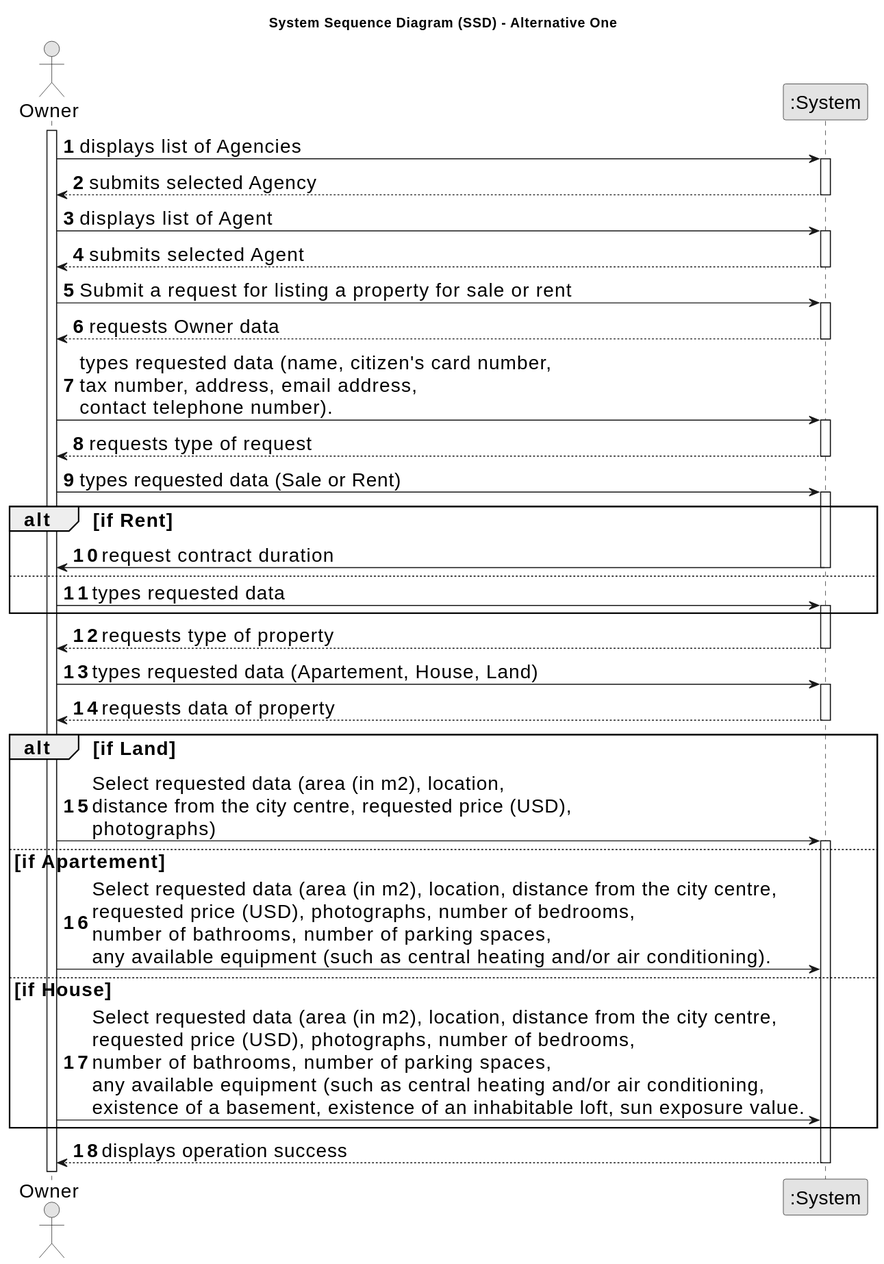
Goncalves2525/real-estate-management-system keeps this PlantUML diagram as docs/sprintB/us004/01.requirements-engineering/svg/us004-system-sequence-diagram-alternative-one.svg. Above is the earlier version.
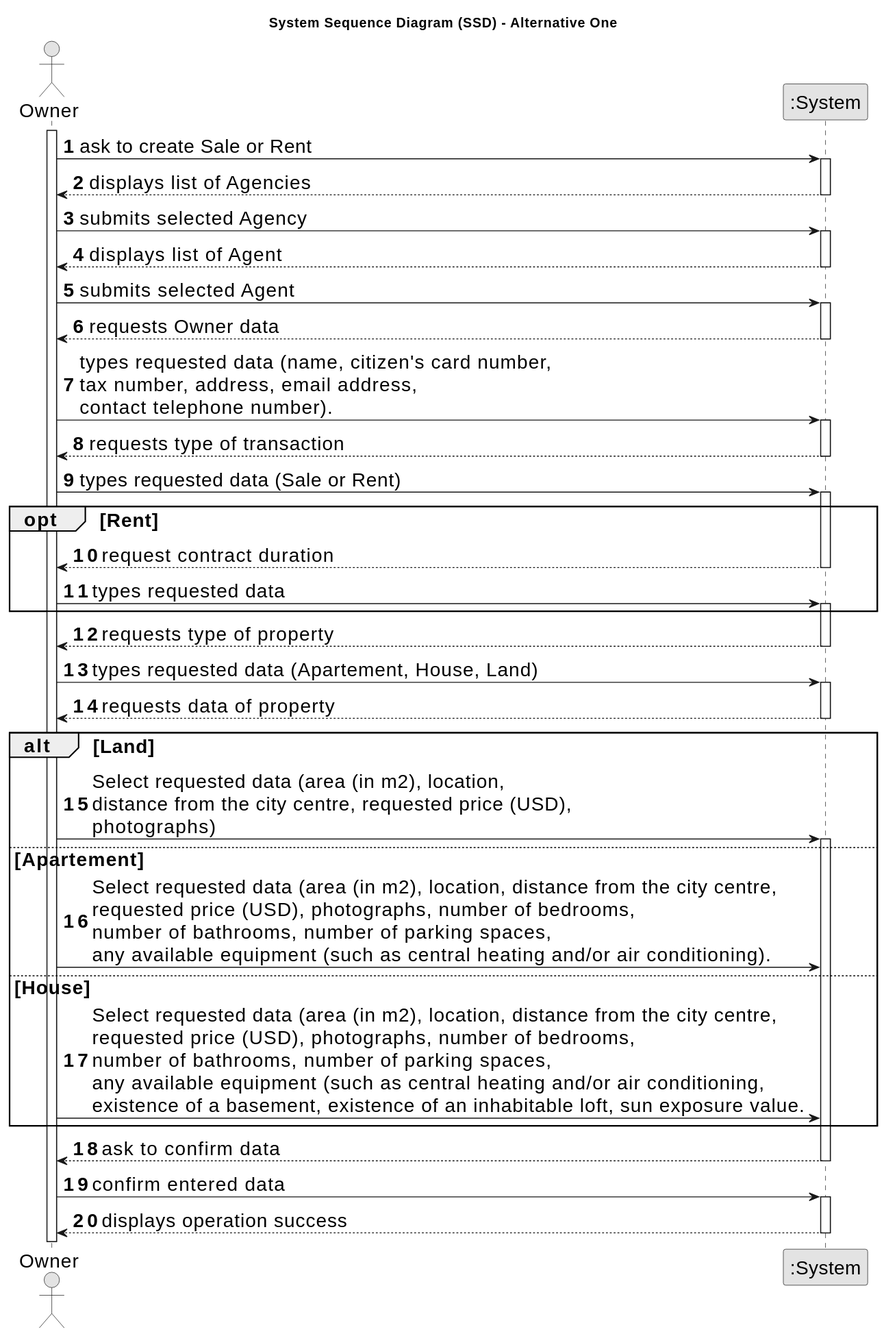
The same file after the commit.

What changed in the source:
```diff
@@ -13,20 +13,20 @@
 
 activate Owner
 
-        Owner -> System : displays list of Agencies
+        Owner -> System : ask to create Sale or Rent
     activate System
 
-        System --> Owner :submits selected Agency
-    deactivate System
+        System --> Owner : displays list of Agencies
+    deactivate  System
 
-        Owner -> System :displays list of Agent
-     activate System
+        Owner -> System :submits selected Agency
+    activate System
 
-        System --> Owner: submits selected Agent
+        System --> Owner :displays list of Agent
      deactivate System
 
-        Owner -> System : Submit a request for listing a property for sale or rent
-    activate System
+        Owner -> System : submits selected Agent
+     activate System
 
         System --> Owner : requests Owner data
     deactivate System
@@ -34,7 +34,7 @@
         Owner -> System : types requested data (name, citizen's card number, \ntax number, address, email address, \ncontact telephone number).
     activate System
 
-        System --> Owner : requests type of request
+        System --> Owner : requests type of transaction
     deactivate System
 
 
@@ -42,11 +42,11 @@
     activate System
 
 
-    alt if Rent
+    opt Rent
 
-        System -> Owner: request contract duration
+        System --> Owner: request contract duration
         deactivate System
-    else
+
         Owner -> System: types requested data
         activate System
     end
@@ -60,15 +60,21 @@
             System --> Owner : requests data of property
     deactivate System
 
-    alt if Land
+    alt  Land
 
         Owner -> System: Select requested data (area (in m2), location, \ndistance from the city centre, requested price (USD), \nphotographs)
     activate System
-    else if Apartement
+    else  Apartement
         Owner -> System: Select requested data (area (in m2), location, distance from the city centre, \nrequested price (USD), photographs, number of bedrooms,\nnumber of bathrooms, number of parking spaces,\nany available equipment (such as central heating and/or air conditioning).
-    else if House
+    else  House
         Owner -> System: Select requested data (area (in m2), location, distance from the city centre, \nrequested price (USD), photographs, number of bedrooms,\nnumber of bathrooms, number of parking spaces,\nany available equipment (such as central heating and/or air conditioning, \nexistence of a basement, existence of an inhabitable loft, sun exposure value.
     end
+
+            System --> Owner : ask to confirm data
+    deactivate System
+
+            Owner -> System: confirm entered data
+    activate System
 
         System --> Owner : displays operation success
     deactivate System
```
